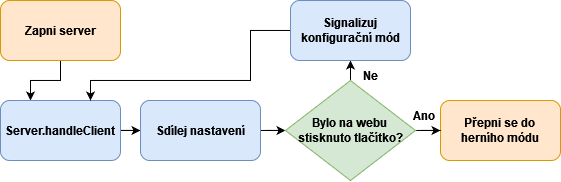
This is text/obrazky/blokove_schema_modu_CONFIGURATION.png from renata7zemanova/Semafor, a draw.io export, as it was before one commit. Source tidied: cells renumbered, new cells last; positions are measured from the earlier drawing's top-left corner, leaving out a move shared by most shapes.
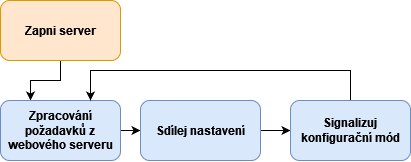
After the commit.

Diff of the diagram source:
```diff
@@ -16,44 +16,25 @@
     <mxCell id="4" style="edgeStyle=orthogonalEdgeStyle;rounded=0;jettySize=auto;html=1;entryX=0;entryY=0.5;entryDx=0;entryDy=0;fontStyle=1;" parent="1" edge="1" source="5" target="7">
       <mxGeometry relative="1" as="geometry" />
     </mxCell>
-    <mxCell id="5" value="Server.handleClient" style="rounded=1;whiteSpace=wrap;html=1;fillColor=#dae8fc;strokeColor=#6c8ebf;fontStyle=1;" parent="1" vertex="1">
+    <mxCell id="5" value="Zpracování požadavků z webového serveru" style="rounded=1;whiteSpace=wrap;html=1;fillColor=#dae8fc;strokeColor=#6c8ebf;fontStyle=1;" parent="1" vertex="1">
       <mxGeometry y="100" width="120" height="60" as="geometry" />
     </mxCell>
-    <mxCell id="6" style="edgeStyle=orthogonalEdgeStyle;rounded=0;jettySize=auto;html=1;entryX=0;entryY=0.5;entryDx=0;entryDy=0;fontStyle=1;" parent="1" edge="1" source="7" target="11">
-      <mxGeometry relative="1" as="geometry" />
-    </mxCell>
+    <mxCell id="16" style="edgeStyle=orthogonalEdgeStyle;rounded=0;jettySize=auto;html=1;entryX=0;entryY=0.5;entryDx=0;entryDy=0;" parent="1" edge="1" source="7" target="15">
+      <mxGeometry relative="1" as="geometry" />
+    </mxCell>
     <mxCell id="7" value="Sdílej nastavení" style="rounded=1;whiteSpace=wrap;html=1;fillColor=#dae8fc;strokeColor=#6c8ebf;fontStyle=1;" parent="1" vertex="1">
       <mxGeometry x="140" y="100" width="120" height="60" as="geometry" />
     </mxCell>
-    <mxCell id="8" value="&lt;div&gt;Přepni se do &lt;br&gt;&lt;/div&gt;&lt;div&gt;herního módu&lt;/div&gt;" style="rounded=1;whiteSpace=wrap;html=1;fillColor=#ffe6cc;strokeColor=#d79b00;fontStyle=1;" parent="1" vertex="1">
-      <mxGeometry x="440" y="100" width="120" height="60" as="geometry" />
-    </mxCell>
-    <mxCell id="9" style="edgeStyle=orthogonalEdgeStyle;rounded=0;jettySize=auto;html=1;entryX=0;entryY=0.5;entryDx=0;entryDy=0;fontStyle=1;" parent="1" edge="1" source="11" target="8">
-      <mxGeometry relative="1" as="geometry" />
-    </mxCell>
-    <mxCell id="10" style="edgeStyle=orthogonalEdgeStyle;rounded=0;jettySize=auto;html=1;fontStyle=1;" parent="1" edge="1" source="11" target="15">
-      <mxGeometry relative="1" as="geometry" />
-    </mxCell>
-    <mxCell id="11" value="&lt;div&gt;Bylo na webu &lt;br&gt;&lt;/div&gt;&lt;div&gt;stisknuto tlačítko?&lt;/div&gt;" style="rhombus;whiteSpace=wrap;html=1;fillColor=#d5e8d4;strokeColor=#82b366;fontStyle=1;" parent="1" vertex="1">
-      <mxGeometry x="285" y="80" width="130" height="100" as="geometry" />
-    </mxCell>
-    <mxCell id="12" value="Ne" style="text;html=1;strokeColor=none;fillColor=none;align=center;verticalAlign=middle;whiteSpace=wrap;rounded=0;fontStyle=1;" parent="1" vertex="1">
-      <mxGeometry x="340" y="60" width="60" height="30" as="geometry" />
-    </mxCell>
-    <mxCell id="13" value="Ano" style="text;html=1;strokeColor=none;fillColor=none;align=center;verticalAlign=middle;whiteSpace=wrap;rounded=0;fontStyle=1;" parent="1" vertex="1">
-      <mxGeometry x="394" y="100" width="60" height="30" as="geometry" />
-    </mxCell>
     <mxCell id="14" style="edgeStyle=orthogonalEdgeStyle;rounded=0;jettySize=auto;html=1;entryX=0.75;entryY=0;entryDx=0;entryDy=0;fontStyle=1;" parent="1" edge="1" source="15" target="5">
       <mxGeometry relative="1" as="geometry">
         <Array as="points">
-          <mxPoint x="250" y="30" />
-          <mxPoint x="250" y="80" />
-          <mxPoint x="90" y="80" />
+          <mxPoint x="350" y="70" />
+          <mxPoint x="90" y="70" />
         </Array>
       </mxGeometry>
     </mxCell>
     <mxCell id="15" value="Signalizuj konfigurační mód" style="rounded=1;whiteSpace=wrap;html=1;fillColor=#dae8fc;strokeColor=#6c8ebf;fontStyle=1;" parent="1" vertex="1">
-      <mxGeometry x="290" width="120" height="60" as="geometry" />
+      <mxGeometry x="290" y="100" width="120" height="60" as="geometry" />
     </mxCell>
   </root>
 </mxGraphModel>
```
